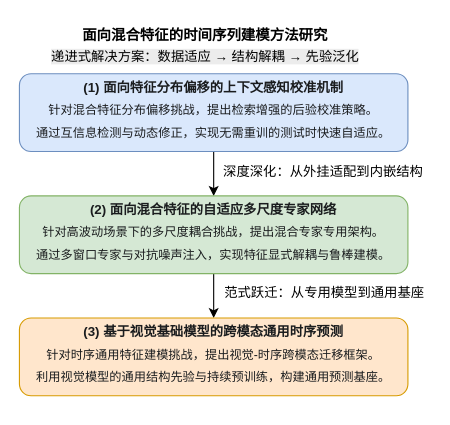
The draw.io diagram 硕士毕业论文图.drawio in HALF111/Research_figures, before the edit. Source tidied: cells renumbered, new cells numbered last; positions are measured from the earlier drawing's top-left corner, leaving out a move shared by most shapes. Both pictures are drawn from the tidied source at 111%, with x=0, y=0 at pixel (19, 19).
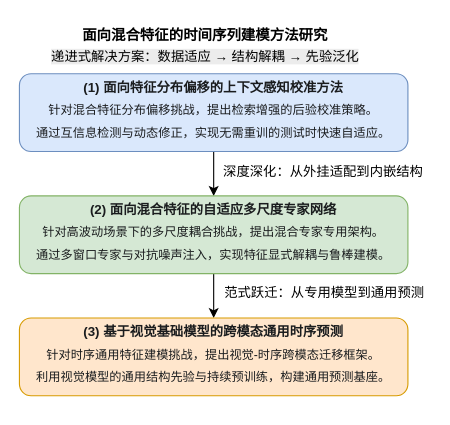
The same diagram, later.

Commit message:
更新硕士毕业论文图.drawio

Change to the diagram source:
```diff
@@
 <mxGraphModel>
   <root>
     <mxCell id="0" />
     <mxCell id="1" parent="0" />
     <mxCell id="2" style="edgeStyle=orthogonalEdgeStyle;rounded=0;jettySize=auto;html=1;entryX=0.5;entryY=0;entryDx=0;entryDy=0;fontFamily=仿宋;textShadow=0;" parent="1" edge="1" source="3" target="5">
       <mxGeometry relative="1" as="geometry" />
     </mxCell>
-    <mxCell id="3" value="&lt;p class=&quot;ng-star-inserted&quot; style=&quot;box-sizing: border-box; line-height: 20px; font-optical-sizing: auto; margin-bottom: 18px; color: rgb(26, 28, 30);&quot;&gt;&lt;font style=&quot;&quot;&gt;&lt;strong class=&quot;ng-star-inserted&quot; style=&quot;box-sizing: border-box;&quot;&gt;&lt;font&gt;(1) 面向特征分布偏移的上下文感知校准机制&lt;/font&gt;&lt;/strong&gt;&lt;br class=&quot;ng-star-inserted&quot; style=&quot;box-sizing: border-box;&quot;&gt;&lt;font style=&quot;font-size: 11px;&quot;&gt;&lt;span class=&quot;ng-star-inserted&quot; style=&quot;box-sizing: border-box;&quot;&gt;针对混合特征分布偏移&lt;/span&gt;&lt;span class=&quot;ng-star-inserted&quot; style=&quot;box-sizing: border-box;&quot;&gt;挑战，提出检索增强的后验校准策略。&lt;/span&gt;&lt;br class=&quot;ng-star-inserted&quot; style=&quot;box-sizing: border-box;&quot;&gt;&lt;span class=&quot;ng-star-inserted&quot; style=&quot;box-sizing: border-box;&quot;&gt;通过互信息检测与动态修正，实现无需重训的&lt;/span&gt;&lt;span class=&quot;ng-star-inserted&quot; style=&quot;box-sizing: border-box;&quot;&gt;测试时快速自适应&lt;/span&gt;&lt;span class=&quot;ng-star-inserted&quot; style=&quot;box-sizing: border-box;&quot;&gt;。&lt;/span&gt;&lt;/font&gt;&lt;/font&gt;&lt;/p&gt;" style="rounded=1;whiteSpace=wrap;html=1;align=center;fillColor=#dae8fc;strokeColor=#6c8ebf;labelBackgroundColor=none;fontFamily=仿宋;textShadow=0;" parent="1" vertex="1">
+    <mxCell id="3" value="&lt;p class=&quot;ng-star-inserted&quot; style=&quot;box-sizing: border-box; line-height: 20px; font-optical-sizing: auto; margin-bottom: 18px; color: rgb(26, 28, 30);&quot;&gt;&lt;font style=&quot;&quot;&gt;&lt;strong class=&quot;ng-star-inserted&quot; style=&quot;box-sizing: border-box;&quot;&gt;&lt;font&gt;(1) 面向特征分布偏移的上下文感知校准方法&lt;/font&gt;&lt;/strong&gt;&lt;br class=&quot;ng-star-inserted&quot; style=&quot;box-sizing: border-box;&quot;&gt;&lt;font style=&quot;font-size: 11px;&quot;&gt;&lt;span class=&quot;ng-star-inserted&quot; style=&quot;box-sizing: border-box;&quot;&gt;针对混合特征分布偏移&lt;/span&gt;&lt;span class=&quot;ng-star-inserted&quot; style=&quot;box-sizing: border-box;&quot;&gt;挑战，提出检索增强的后验校准策略。&lt;/span&gt;&lt;br class=&quot;ng-star-inserted&quot; style=&quot;box-sizing: border-box;&quot;&gt;&lt;span class=&quot;ng-star-inserted&quot; style=&quot;box-sizing: border-box;&quot;&gt;通过互信息检测与动态修正，实现无需重训的&lt;/span&gt;&lt;span class=&quot;ng-star-inserted&quot; style=&quot;box-sizing: border-box;&quot;&gt;测试时快速自适应&lt;/span&gt;&lt;span class=&quot;ng-star-inserted&quot; style=&quot;box-sizing: border-box;&quot;&gt;。&lt;/span&gt;&lt;/font&gt;&lt;/font&gt;&lt;/p&gt;" style="rounded=1;whiteSpace=wrap;html=1;align=center;fillColor=#dae8fc;strokeColor=#6c8ebf;labelBackgroundColor=none;fontFamily=仿宋;textShadow=0;" parent="1" vertex="1">
       <mxGeometry y="49" width="350" height="70" as="geometry" />
     </mxCell>
     <mxCell id="4" style="edgeStyle=orthogonalEdgeStyle;rounded=0;jettySize=auto;html=1;fontFamily=仿宋;textShadow=0;" parent="1" edge="1" source="5" target="6">
       <mxGeometry relative="1" as="geometry" />
     </mxCell>
     <mxCell id="5" value="&lt;p class=&quot;ng-star-inserted&quot; style=&quot;box-sizing: border-box; line-height: 20px; font-optical-sizing: auto; margin-bottom: 18px; color: rgb(26, 28, 30);&quot;&gt;&lt;span style=&quot;background-color: transparent;&quot;&gt;&lt;font color=&quot;#1a1c1e&quot;&gt;&lt;b style=&quot;&quot;&gt;&lt;font&gt;(2) 面向混合特征的自适应多尺度专家网络&lt;/font&gt;&lt;/b&gt;&lt;br&gt;&lt;/font&gt;&lt;/span&gt;&lt;font style=&quot;font-size: 11px;&quot;&gt;&lt;span style=&quot;color: light-dark(rgb(26, 28, 30), rgb(212, 214, 216)); background-color: transparent;&quot;&gt;针对高波动场景下的多尺度耦合挑战，提出混合专家专用架构。&lt;br&gt;&lt;/span&gt;&lt;span style=&quot;color: light-dark(rgb(26, 28, 30), rgb(212, 214, 216)); background-color: transparent;&quot;&gt;通过多窗口专家与对抗噪声注入，实现特征显式解耦与鲁棒建模。&lt;/span&gt;&lt;/font&gt;&lt;/p&gt;" style="rounded=1;whiteSpace=wrap;html=1;align=center;fillColor=#d5e8d4;strokeColor=#82b366;labelBackgroundColor=none;fontFamily=仿宋;textShadow=0;" parent="1" vertex="1">
       <mxGeometry y="159" width="350" height="70" as="geometry" />
     </mxCell>
     <mxCell id="6" value="&lt;p class=&quot;ng-star-inserted&quot; style=&quot;box-sizing: border-box; line-height: 20px; font-optical-sizing: auto; margin-bottom: 18px; color: rgb(26, 28, 30);&quot;&gt;&lt;span style=&quot;color: light-dark(rgb(26, 28, 30), rgb(212, 214, 216)); background-color: transparent;&quot;&gt;&lt;b style=&quot;&quot;&gt;&lt;font&gt;(3) 基于视觉基础模型的跨模态通用时序预测&lt;/font&gt;&lt;/b&gt;&lt;br&gt;&lt;/span&gt;&lt;font style=&quot;font-size: 11px;&quot;&gt;&lt;span style=&quot;background-color: transparent; color: light-dark(rgb(26, 28, 30), rgb(212, 214, 216));&quot;&gt;针对时序通用特征建模挑战，提出视觉-时序跨模态迁移框架。&lt;br&gt;&lt;/span&gt;&lt;span style=&quot;background-color: transparent; color: light-dark(rgb(26, 28, 30), rgb(212, 214, 216));&quot;&gt;利用视觉模型的通用结构先验与持续预训练，构建通用预测基座。&lt;/span&gt;&lt;/font&gt;&lt;/p&gt;" style="rounded=1;whiteSpace=wrap;html=1;align=center;fillColor=#ffe6cc;strokeColor=#d79b00;labelBackgroundColor=none;fontFamily=仿宋;textShadow=0;" parent="1" vertex="1">
       <mxGeometry y="269" width="350" height="70" as="geometry" />
     </mxCell>
     <mxCell id="7" value="深度深化：从外挂适配到内嵌结构" style="text;whiteSpace=wrap;fontFamily=仿宋;textShadow=0;" parent="1" vertex="1">
       <mxGeometry x="182" y="124" width="188" height="30" as="geometry" />
     </mxCell>
-    <mxCell id="8" value="范式跃迁：从专用模型到通用基座" style="text;whiteSpace=wrap;fontFamily=仿宋;textShadow=0;" parent="1" vertex="1">
+    <mxCell id="8" value="范式跃迁：从专用模型到通用预测" style="text;whiteSpace=wrap;fontFamily=仿宋;textShadow=0;" parent="1" vertex="1">
       <mxGeometry x="183" y="233" width="187" height="20" as="geometry" />
     </mxCell>
     <mxCell id="9" value="&lt;div style=&quot;text-align: center;&quot;&gt;&lt;span style=&quot;background-color: transparent; color: light-dark(rgb(0, 0, 0), rgb(255, 255, 255));&quot;&gt;&lt;font face=&quot;仿宋&quot; style=&quot;font-size: 13px;&quot;&gt;&lt;b&gt;面向混合特征的时间序列建模方法研究&lt;/b&gt;&lt;/font&gt;&lt;/span&gt;&lt;/div&gt;&lt;div style=&quot;text-align: center; forced-color-adjust: none; padding: 0px; margin: 0px;&quot;&gt;&lt;br&gt;&lt;/div&gt;" style="text;whiteSpace=wrap;html=1;textShadow=0;" parent="1" vertex="1">
       <mxGeometry x="55" width="244" height="40" as="geometry" />
     </mxCell>
     <mxCell id="10" value="&lt;span style=&quot;color: rgb(0, 0, 0); font-family: 仿宋; font-size: 12px; font-style: normal; font-variant-ligatures: normal; font-variant-caps: normal; font-weight: 400; letter-spacing: normal; orphans: 2; text-align: center; text-indent: 0px; text-transform: none; widows: 2; word-spacing: 0px; -webkit-text-stroke-width: 0px; white-space: normal; background-color: rgb(236, 236, 236); text-decoration-thickness: initial; text-decoration-style: initial; text-decoration-color: initial; display: inline !important; float: none;&quot;&gt;递进式解决方案：数据适应 → 结构解耦 → 先验泛化&lt;/span&gt;" style="text;whiteSpace=wrap;html=1;textShadow=0;" parent="1" vertex="1">
       <mxGeometry x="27" y="20" width="296" height="29" as="geometry" />
     </mxCell>
   </root>
 </mxGraphModel>
```
